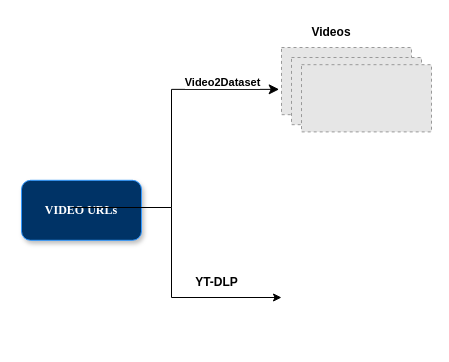
The draw.io diagram Untitled Diagram.drawio in pragathi23/a, before the edit. Source tidied: cells renumbered, new cells numbered last; positions are measured from the earlier drawing's top-left corner, leaving out a move shared by most shapes. Both pictures are drawn from the tidied source at 100%, with x=0, y=0 at pixel (21, 17). Pictures stored in the file or linked from it are replaced by grey dashed boxes.
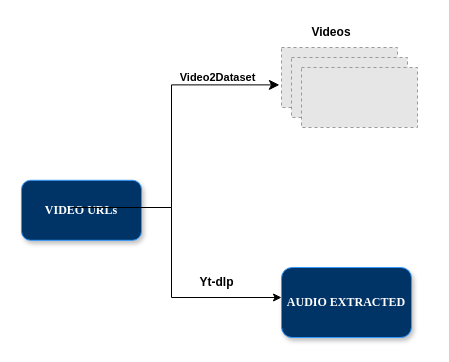
Above is the later version.

Diff of the diagram source:
```diff
@@
 <mxGraphModel>
   <root>
     <mxCell id="0" />
     <mxCell id="1" parent="0" />
     <mxCell id="2" value="&lt;b&gt;&lt;font face=&quot;Times New Roman&quot; color=&quot;#ffffff&quot;&gt;VIDEO URLs&lt;/font&gt;&lt;/b&gt;" style="rounded=1;whiteSpace=wrap;html=1;fillColor=#003366;shadow=1;strokeColor=#3399FF;" parent="1" vertex="1">
       <mxGeometry y="162.8" width="120" height="60" as="geometry" />
     </mxCell>
     <mxCell id="3" style="fillColor=#E6E6E6;strokeColor=#999999;dashed=1;verticalLabelPosition=bottom;verticalAlign=top;" parent="1" vertex="1">
-      <mxGeometry x="260" y="30" width="130" height="67.2" as="geometry" />
+      <mxGeometry x="260" y="30" width="116" height="60" as="geometry" />
     </mxCell>
     <mxCell id="4" style="fillColor=#E6E6E6;strokeColor=#999999;dashed=1;verticalLabelPosition=bottom;verticalAlign=top;" parent="1" vertex="1">
-      <mxGeometry x="270" y="40" width="130" height="67.2" as="geometry" />
+      <mxGeometry x="270" y="40" width="116" height="60" as="geometry" />
     </mxCell>
-    <mxCell id="5" style="fillColor=#E6E6E6;strokeColor=#999999;dashed=1;verticalLabelPosition=bottom;verticalAlign=top;" parent="1" vertex="1">
-      <mxGeometry x="280" y="47.2" width="130" height="67.2" as="geometry" />
-    </mxCell>
     <mxCell id="6" style="edgeStyle=orthogonalEdgeStyle;rounded=0;orthogonalLoop=1;jettySize=auto;html=1;exitX=0.5;exitY=1;exitDx=0;exitDy=0;" parent="1" edge="1" source="2" target="2">
       <mxGeometry relative="1" as="geometry" />
     </mxCell>
     <mxCell id="7" value="&lt;b&gt;Videos&lt;/b&gt;" style="text;strokeColor=none;align=center;fillColor=none;html=1;verticalAlign=middle;whiteSpace=wrap;rounded=0;" parent="1" vertex="1">
       <mxGeometry x="280" width="60" height="30" as="geometry" />
     </mxCell>
     <mxCell id="8" style="edgeStyle=elbowEdgeStyle;elbow=horizontal;endArrow=classic;html=1;curved=0;rounded=0;endSize=8;startSize=8;entryX=-0.018;entryY=0.623;entryDx=0;entryDy=0;entryPerimeter=0;" parent="1" edge="1" target="3">
       <mxGeometry relative="1" as="geometry">
         <mxPoint x="50" y="190" as="sourcePoint" />
         <Array as="points">
           <mxPoint x="150" y="130" />
         </Array>
       </mxGeometry>
     </mxCell>
     <mxCell id="9" value="&lt;b&gt;Video2Dataset&lt;/b&gt;" style="edgeLabel;html=1;align=center;verticalAlign=middle;" parent="8" vertex="1">
       <mxGeometry x="-0.38" y="-1" relative="1" as="geometry">
-        <mxPoint x="49" y="-125" as="offset" />
+        <mxPoint x="44" y="-129" as="offset" />
       </mxGeometry>
     </mxCell>
     <mxCell id="10" style="endArrow=classic;html=1;rounded=0;" parent="1" edge="1">
       <mxGeometry relative="1" as="geometry">
         <mxPoint x="150" y="190" as="sourcePoint" />
         <mxPoint x="260" y="280" as="targetPoint" />
         <Array as="points">
           <mxPoint x="150" y="280" />
         </Array>
       </mxGeometry>
     </mxCell>
-    <mxCell id="11" value="&lt;b&gt;YT-DLP&lt;/b&gt;" style="text;html=1;align=center;verticalAlign=middle;strokeColor=none;fillColor=none;" parent="1" vertex="1">
-      <mxGeometry x="160" y="250" width="70" height="30" as="geometry" />
+    <mxCell id="11" value="&lt;b&gt;Yt-dlp&lt;/b&gt;" style="text;html=1;align=center;verticalAlign=middle;strokeColor=none;fillColor=none;" parent="1" vertex="1">
+      <mxGeometry x="165" y="250" width="60" height="30" as="geometry" />
     </mxCell>
+    <mxCell id="12" value="&lt;b&gt;&lt;font face=&quot;Times New Roman&quot; color=&quot;#ffffff&quot;&gt;AUDIO EXTRACTED&lt;/font&gt;&lt;/b&gt;" style="rounded=1;whiteSpace=wrap;html=1;fillColor=#003366;shadow=1;strokeColor=#3399FF;" parent="1" vertex="1">
+      <mxGeometry x="260" y="250" width="130" height="70" as="geometry" />
+    </mxCell>
+    <mxCell id="13" style="fillColor=#E6E6E6;strokeColor=#999999;dashed=1;verticalLabelPosition=bottom;verticalAlign=top;" parent="1" vertex="1">
+      <mxGeometry x="280" y="50" width="116" height="60" as="geometry" />
+    </mxCell>
   </root>
 </mxGraphModel>
```
